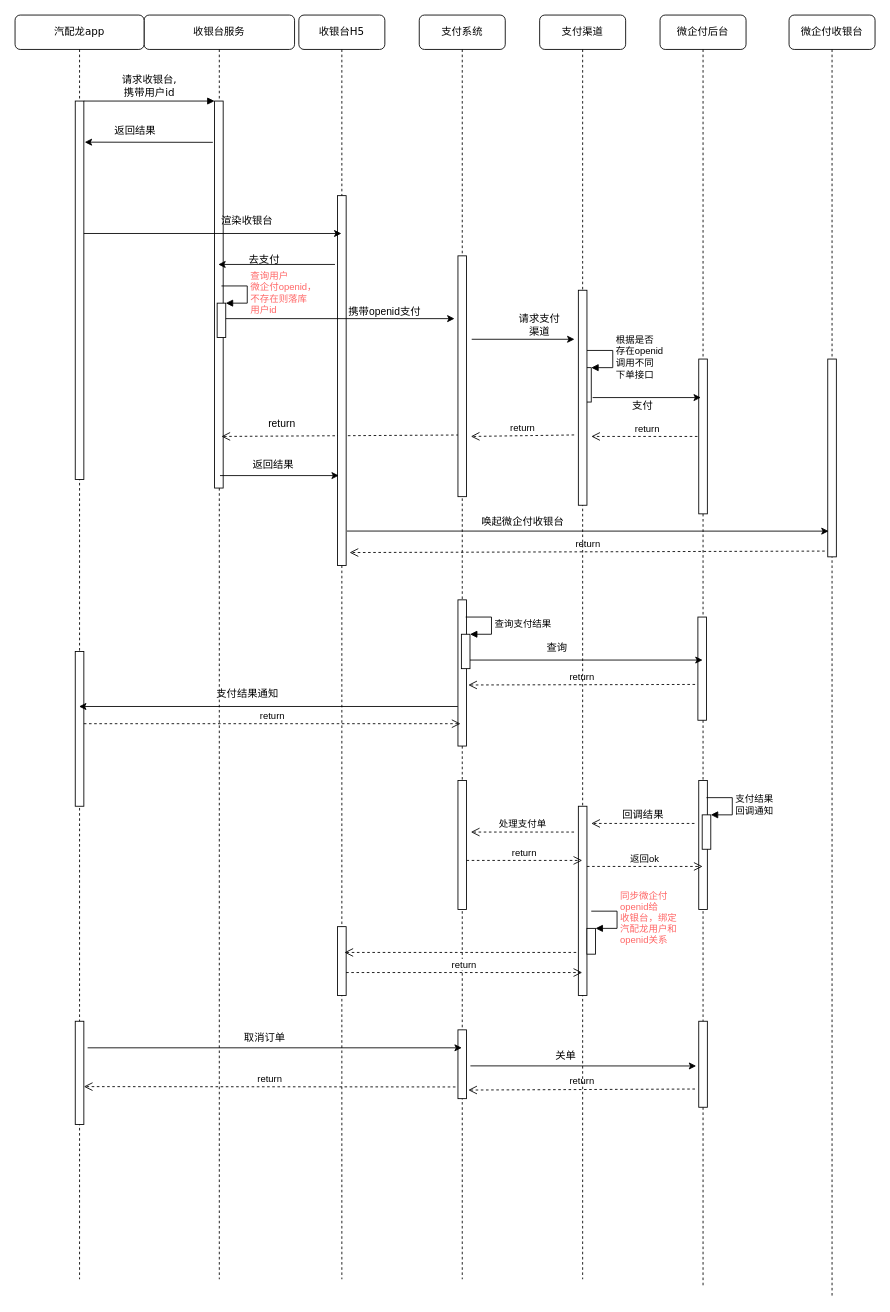
lvluo-wang/draw keeps this draw.io diagram as 时序图.drawio. Above is the earlier version. Source tidied: cells renumbered, new cells numbered last; positions are measured from the earlier drawing's top-left corner, leaving out a move shared by most shapes. Both pictures are drawn from the tidied source at 86%, with x=0, y=0 at pixel (15, 15).
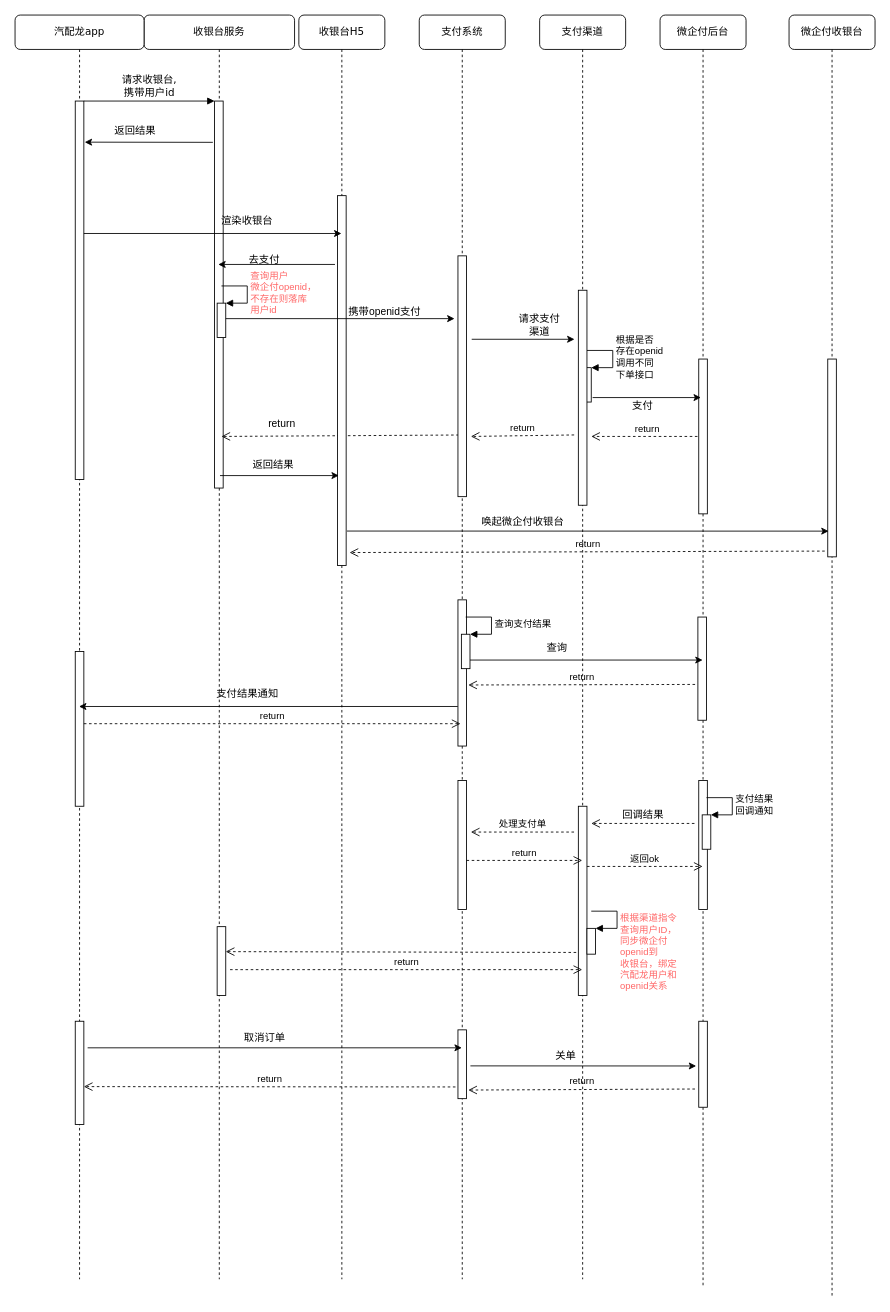
The same page after the edit.

The change refers to these unchanged cells:
```xml
<mxCell id="2" value="收银台服务" style="shape=umlLifeline;perimeter=lifelinePerimeter;whiteSpace=wrap;html=1;rounded=1;shadow=0;comic=0;labelBackgroundColor=none;strokeWidth=1;fontFamily=Verdana;fontSize=12;align=center;" parent="1" vertex="1">
  <mxGeometry x="150" width="175" height="1470" as="geometry" />
</mxCell>
<mxCell id="9" value="收银台H5" style="shape=umlLifeline;perimeter=lifelinePerimeter;whiteSpace=wrap;html=1;rounded=1;shadow=0;comic=0;labelBackgroundColor=none;strokeWidth=1;fontFamily=Verdana;fontSize=12;align=center;" parent="1" vertex="1">
  <mxGeometry x="330" width="100" height="1470" as="geometry" />
</mxCell>
<mxCell id="26" value="支付渠道" style="shape=umlLifeline;perimeter=lifelinePerimeter;whiteSpace=wrap;html=1;outlineConnect=0;rounded=1;shadow=0;comic=0;labelBackgroundColor=none;strokeWidth=1;fontFamily=Verdana;fontSize=12;align=center;" parent="1" vertex="1">
  <mxGeometry x="610" width="100" height="1470" as="geometry" />
</mxCell>
<mxCell id="31" style="html=1;points=[];perimeter=orthogonalPerimeter;fontColor=#000000;" parent="26" vertex="1">
  <mxGeometry x="55" y="1062" width="10" height="30" as="geometry" />
</mxCell>
```

Change to the diagram source:
```diff
@@
+    <mxCell id="77" style="html=1;points=[];perimeter=orthogonalPerimeter;fontColor=#FF6666;" parent="2" vertex="1">
+      <mxGeometry x="85" y="1060" width="10" height="80" as="geometry" />
+    </mxCell>
@@
-    <mxCell id="12" style="html=1;points=[];perimeter=orthogonalPerimeter;fontColor=#FF6666;" parent="9" vertex="1">
-      <mxGeometry x="45" y="1060" width="10" height="80" as="geometry" />
-    </mxCell>
-    <mxCell id="13" style="html=1;verticalAlign=bottom;endArrow=open;dashed=1;endSize=8;rounded=0;fontColor=#FF6666;" parent="9" edge="1">
+    <mxCell id="13" style="html=1;verticalAlign=bottom;endArrow=open;dashed=1;endSize=8;rounded=0;fontColor=#FF6666;entryX=1;entryY=0.363;entryDx=0;entryDy=0;entryPerimeter=0;" parent="9" edge="1" target="77">
       <mxGeometry relative="1" as="geometry">
         <mxPoint x="322.5" y="1090" as="sourcePoint" />
-        <mxPoint x="53" y="1090" as="targetPoint" />
       </mxGeometry>
     </mxCell>
@@
-    <mxCell id="32" value="&lt;font color=&quot;#ff6666&quot;&gt;同步微企付&lt;br&gt;openid给&lt;br&gt;收银台，绑定&lt;br&gt;汽配龙用户和&lt;br&gt;openid关系&lt;/font&gt;" style="edgeStyle=orthogonalEdgeStyle;html=1;align=left;spacingLeft=2;endArrow=block;rounded=0;entryX=1;entryY=0;fontColor=#000000;" parent="26" edge="1" target="31">
-      <mxGeometry relative="1" as="geometry">
+    <mxCell id="32" value="&lt;font color=&quot;#ff6666&quot;&gt;根据渠道指令&lt;br&gt;查询用户ID，&lt;br&gt;同步微企付&lt;br&gt;openid到&lt;br&gt;收银台，绑定&lt;br&gt;汽配龙用户和&lt;br&gt;openid关系&lt;/font&gt;" style="edgeStyle=orthogonalEdgeStyle;html=1;align=left;spacingLeft=2;endArrow=block;rounded=0;entryX=1;entryY=0;fontColor=#000000;" parent="26" edge="1">
+      <mxGeometry x="0.33" y="28" relative="1" as="geometry">
         <mxPoint x="60" y="1042" as="sourcePoint" />
+        <mxPoint x="65" y="1062" as="targetPoint" />
         <Array as="points">
           <mxPoint x="90" y="1042" />
         </Array>
       </mxGeometry>
     </mxCell>
@@
-    <mxCell id="72" value="&lt;font color=&quot;#000000&quot;&gt;return&lt;/font&gt;" style="html=1;verticalAlign=bottom;endArrow=open;dashed=1;endSize=8;rounded=0;fontColor=#FF6666;exitX=1;exitY=0.667;exitDx=0;exitDy=0;exitPerimeter=0;" parent="1" edge="1" source="12" target="26">
-      <mxGeometry relative="1" as="geometry" />
+    <mxCell id="72" value="&lt;font color=&quot;#000000&quot;&gt;return&lt;/font&gt;" style="html=1;verticalAlign=bottom;endArrow=open;dashed=1;endSize=8;rounded=0;fontColor=#FF6666;" parent="1" edge="1" target="26">
+      <mxGeometry relative="1" as="geometry">
+        <mxPoint x="250" y="1110" as="sourcePoint" />
+      </mxGeometry>
     </mxCell>
```
